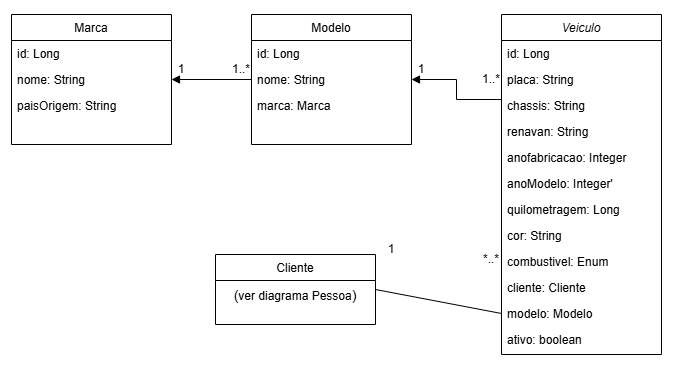
henriqueValgas/oficina-mecanica-api keeps this draw.io diagram as docs/diagramas/Diagrama de veiculo.drawio.png. Above is the earlier version. Source tidied: cells renumbered, new cells last; positions are measured from the earlier drawing's top-left corner, leaving out a move shared by most shapes. Source of this version:
```xml
<mxGraphModel>
  <root>
    <mxCell id="0" />
    <mxCell id="1" parent="0" />
    <mxCell id="2" style="edgeStyle=orthogonalEdgeStyle;rounded=0;jettySize=auto;html=1;exitX=0;exitY=0.25;exitDx=0;exitDy=0;entryX=1;entryY=0.5;entryDx=0;entryDy=0;endArrow=block;endFill=1;" parent="1" edge="1" source="3" target="19">
      <mxGeometry relative="1" as="geometry" />
    </mxCell>
    <mxCell id="3" value="Veiculo" style="swimlane;fontStyle=2;align=center;verticalAlign=top;horizontal=1;startSize=26;rounded=0;shadow=0;strokeWidth=1;" parent="1" vertex="1">
      <mxGeometry x="490" width="160" height="340" as="geometry" />
    </mxCell>
    <mxCell id="4" value="id: Long" style="text;align=left;verticalAlign=top;spacingLeft=4;spacingRight=4;overflow=hidden;" parent="3" vertex="1">
      <mxGeometry y="26" width="160" height="26" as="geometry" />
    </mxCell>
    <mxCell id="5" value="placa: String" style="text;align=left;verticalAlign=top;spacingLeft=4;spacingRight=4;overflow=hidden;rounded=0;shadow=0;html=0;" parent="3" vertex="1">
      <mxGeometry y="52" width="160" height="26" as="geometry" />
    </mxCell>
    <mxCell id="6" value="chassis: String" style="text;align=left;verticalAlign=top;spacingLeft=4;spacingRight=4;overflow=hidden;rounded=0;shadow=0;html=0;" parent="3" vertex="1">
      <mxGeometry y="78" width="160" height="26" as="geometry" />
    </mxCell>
    <mxCell id="7" value="renavan: String" style="text;align=left;verticalAlign=top;spacingLeft=4;spacingRight=4;overflow=hidden;" parent="3" vertex="1">
      <mxGeometry y="104" width="160" height="26" as="geometry" />
    </mxCell>
    <mxCell id="8" value="anofabricacao: Integer" style="text;align=left;verticalAlign=top;spacingLeft=4;spacingRight=4;overflow=hidden;rounded=0;shadow=0;html=0;" parent="3" vertex="1">
      <mxGeometry y="130" width="160" height="26" as="geometry" />
    </mxCell>
    <mxCell id="9" value="anoModelo: Integer'" style="text;align=left;verticalAlign=top;spacingLeft=4;spacingRight=4;overflow=hidden;rounded=0;shadow=0;html=0;" parent="3" vertex="1">
      <mxGeometry y="156" width="160" height="26" as="geometry" />
    </mxCell>
    <mxCell id="10" value="quilometragem: Long" style="text;align=left;verticalAlign=top;spacingLeft=4;spacingRight=4;overflow=hidden;rounded=0;shadow=0;html=0;" parent="3" vertex="1">
      <mxGeometry y="182" width="160" height="26" as="geometry" />
    </mxCell>
    <mxCell id="11" value="cor: String" style="text;align=left;verticalAlign=top;spacingLeft=4;spacingRight=4;overflow=hidden;rounded=0;shadow=0;html=0;" parent="3" vertex="1">
      <mxGeometry y="208" width="160" height="26" as="geometry" />
    </mxCell>
    <mxCell id="12" value="combustivel: Enum" style="text;align=left;verticalAlign=top;spacingLeft=4;spacingRight=4;overflow=hidden;rounded=0;shadow=0;html=0;" parent="3" vertex="1">
      <mxGeometry y="234" width="160" height="26" as="geometry" />
    </mxCell>
    <mxCell id="13" value="cliente: Cliente" style="text;align=left;verticalAlign=top;spacingLeft=4;spacingRight=4;overflow=hidden;points=[[0,0.5],[1,0.5]];portConstraint=eastwest;rounded=0;shadow=0;html=0;" parent="3" vertex="1">
      <mxGeometry y="260" width="160" height="26" as="geometry" />
    </mxCell>
    <mxCell id="14" value="modelo: Modelo" style="text;align=left;verticalAlign=top;spacingLeft=4;spacingRight=4;overflow=hidden;points=[[0,0.5],[1,0.5]];portConstraint=eastwest;rounded=0;shadow=0;html=0;" parent="3" vertex="1">
      <mxGeometry y="286" width="160" height="26" as="geometry" />
    </mxCell>
    <mxCell id="15" value="ativo: boolean" style="text;align=left;verticalAlign=top;spacingLeft=4;spacingRight=4;overflow=hidden;rounded=0;shadow=0;html=0;" parent="3" vertex="1">
      <mxGeometry y="312" width="160" height="26" as="geometry" />
    </mxCell>
    <mxCell id="16" style="edgeStyle=none;rounded=0;jettySize=auto;html=1;exitX=0;exitY=0.5;exitDx=0;exitDy=0;entryX=1;entryY=0.5;entryDx=0;entryDy=0;endArrow=block;endFill=1;" parent="1" edge="1" source="17" target="23">
      <mxGeometry relative="1" as="geometry" />
    </mxCell>
    <mxCell id="17" value="Modelo" style="swimlane;fontStyle=0;align=center;verticalAlign=top;horizontal=1;startSize=26;rounded=0;shadow=0;strokeWidth=1;" parent="1" vertex="1">
      <mxGeometry x="240" width="160" height="130" as="geometry" />
    </mxCell>
    <mxCell id="18" value="id: Long" style="text;align=left;verticalAlign=top;spacingLeft=4;spacingRight=4;overflow=hidden;rounded=0;shadow=0;html=0;" parent="17" vertex="1">
      <mxGeometry y="26" width="160" height="26" as="geometry" />
    </mxCell>
    <mxCell id="19" value="nome: String" style="text;align=left;verticalAlign=top;spacingLeft=4;spacingRight=4;overflow=hidden;points=[[0,0.5],[1,0.5]];portConstraint=eastwest;" parent="17" vertex="1">
      <mxGeometry y="52" width="160" height="26" as="geometry" />
    </mxCell>
    <mxCell id="20" value="marca: Marca" style="text;align=left;verticalAlign=top;spacingLeft=4;spacingRight=4;overflow=hidden;rounded=0;shadow=0;html=0;" parent="17" vertex="1">
      <mxGeometry y="78" width="160" height="26" as="geometry" />
    </mxCell>
    <mxCell id="21" value="Marca" style="swimlane;fontStyle=0;align=center;verticalAlign=top;horizontal=1;startSize=26;rounded=0;shadow=0;strokeWidth=1;" parent="1" vertex="1">
      <mxGeometry width="160" height="130" as="geometry" />
    </mxCell>
    <mxCell id="22" value="id: Long" style="text;align=left;verticalAlign=top;spacingLeft=4;spacingRight=4;overflow=hidden;" parent="21" vertex="1">
      <mxGeometry y="26" width="160" height="26" as="geometry" />
    </mxCell>
    <mxCell id="23" value="nome: String" style="text;align=left;verticalAlign=top;spacingLeft=4;spacingRight=4;overflow=hidden;points=[[0,0.5],[1,0.5]];portConstraint=eastwest;rounded=0;shadow=0;html=0;" parent="21" vertex="1">
      <mxGeometry y="52" width="160" height="26" as="geometry" />
    </mxCell>
    <mxCell id="24" value="paisOrigem: String" style="text;align=left;verticalAlign=top;spacingLeft=4;spacingRight=4;overflow=hidden;rounded=0;shadow=0;html=0;" parent="21" vertex="1">
      <mxGeometry y="78" width="160" height="26" as="geometry" />
    </mxCell>
    <mxCell id="25" value="1" style="text;html=1;whiteSpace=wrap;strokeColor=none;fillColor=none;align=center;verticalAlign=middle;rounded=0;" parent="1" vertex="1">
      <mxGeometry x="140" y="40" width="60" height="30" as="geometry" />
    </mxCell>
    <mxCell id="26" value="1..*" style="text;html=1;whiteSpace=wrap;strokeColor=none;fillColor=none;align=center;verticalAlign=middle;rounded=0;" parent="1" vertex="1">
      <mxGeometry x="200" y="40" width="60" height="30" as="geometry" />
    </mxCell>
    <mxCell id="27" value="1" style="text;html=1;whiteSpace=wrap;strokeColor=none;fillColor=none;align=center;verticalAlign=middle;rounded=0;" parent="1" vertex="1">
      <mxGeometry x="380" y="40" width="60" height="30" as="geometry" />
    </mxCell>
    <mxCell id="28" value="1..*" style="text;html=1;whiteSpace=wrap;strokeColor=none;fillColor=none;align=center;verticalAlign=middle;rounded=0;" parent="1" vertex="1">
      <mxGeometry x="450" y="50" width="60" height="30" as="geometry" />
    </mxCell>
    <mxCell id="29" style="edgeStyle=none;rounded=0;jettySize=auto;html=1;exitX=1;exitY=0.5;exitDx=0;exitDy=0;entryX=0;entryY=0.5;entryDx=0;entryDy=0;endArrow=none;endFill=0;" parent="1" edge="1" source="30" target="14">
      <mxGeometry relative="1" as="geometry" />
    </mxCell>
    <mxCell id="30" value="Cliente" style="swimlane;fontStyle=0;align=center;verticalAlign=top;horizontal=1;startSize=26;rounded=0;shadow=0;strokeWidth=1;" parent="1" vertex="1">
      <mxGeometry x="204" y="240" width="160" height="70" as="geometry" />
    </mxCell>
    <mxCell id="31" value="&lt;font style=&quot;font-size: 14px;&quot;&gt;(&lt;/font&gt;&lt;font style=&quot;font-size: 12px;&quot;&gt;ver diagrama Pessoa&lt;/font&gt;&lt;font style=&quot;font-size: 14px;&quot;&gt;)&lt;/font&gt;&lt;div&gt;&lt;br&gt;&lt;/div&gt;" style="text;html=1;whiteSpace=wrap;strokeColor=none;fillColor=none;align=center;verticalAlign=middle;rounded=0;" parent="30" vertex="1">
      <mxGeometry y="26" width="160" height="44" as="geometry" />
    </mxCell>
    <mxCell id="32" value="1" style="text;html=1;whiteSpace=wrap;strokeColor=none;fillColor=none;align=center;verticalAlign=middle;rounded=0;" parent="1" vertex="1">
      <mxGeometry x="350" y="220" width="60" height="30" as="geometry" />
    </mxCell>
    <mxCell id="33" value="*..*" style="text;html=1;whiteSpace=wrap;strokeColor=none;fillColor=none;align=center;verticalAlign=middle;rounded=0;" parent="1" vertex="1">
      <mxGeometry x="450" y="230" width="60" height="30" as="geometry" />
    </mxCell>
  </root>
</mxGraphModel>
```
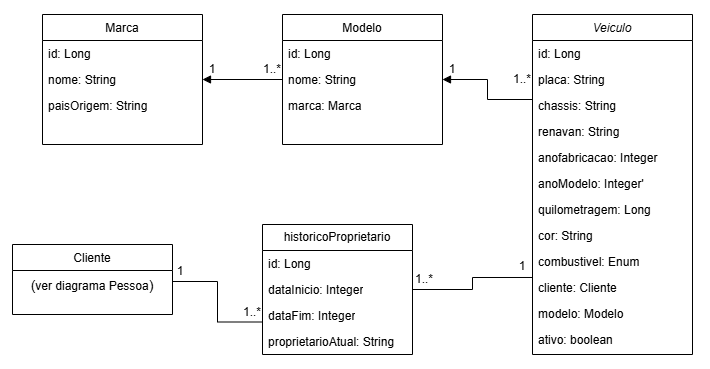
The same file after the commit.

Change to the diagram source:
```diff
@@ -83,20 +83,44 @@
     <mxCell id="28" value="1..*" style="text;html=1;whiteSpace=wrap;strokeColor=none;fillColor=none;align=center;verticalAlign=middle;rounded=0;" parent="1" vertex="1">
       <mxGeometry x="450" y="50" width="60" height="30" as="geometry" />
     </mxCell>
-    <mxCell id="29" style="edgeStyle=none;rounded=0;jettySize=auto;html=1;exitX=1;exitY=0.5;exitDx=0;exitDy=0;entryX=0;entryY=0.5;entryDx=0;entryDy=0;endArrow=none;endFill=0;" parent="1" edge="1" source="30" target="14">
-      <mxGeometry relative="1" as="geometry" />
-    </mxCell>
     <mxCell id="30" value="Cliente" style="swimlane;fontStyle=0;align=center;verticalAlign=top;horizontal=1;startSize=26;rounded=0;shadow=0;strokeWidth=1;" parent="1" vertex="1">
-      <mxGeometry x="204" y="240" width="160" height="70" as="geometry" />
+      <mxGeometry x="-30" y="230" width="160" height="70" as="geometry" />
     </mxCell>
     <mxCell id="31" value="&lt;font style=&quot;font-size: 14px;&quot;&gt;(&lt;/font&gt;&lt;font style=&quot;font-size: 12px;&quot;&gt;ver diagrama Pessoa&lt;/font&gt;&lt;font style=&quot;font-size: 14px;&quot;&gt;)&lt;/font&gt;&lt;div&gt;&lt;br&gt;&lt;/div&gt;" style="text;html=1;whiteSpace=wrap;strokeColor=none;fillColor=none;align=center;verticalAlign=middle;rounded=0;" parent="30" vertex="1">
       <mxGeometry y="26" width="160" height="44" as="geometry" />
     </mxCell>
     <mxCell id="32" value="1" style="text;html=1;whiteSpace=wrap;strokeColor=none;fillColor=none;align=center;verticalAlign=middle;rounded=0;" parent="1" vertex="1">
-      <mxGeometry x="350" y="220" width="60" height="30" as="geometry" />
+      <mxGeometry x="450" y="237" width="60" height="30" as="geometry" />
     </mxCell>
-    <mxCell id="33" value="*..*" style="text;html=1;whiteSpace=wrap;strokeColor=none;fillColor=none;align=center;verticalAlign=middle;rounded=0;" parent="1" vertex="1">
-      <mxGeometry x="450" y="230" width="60" height="30" as="geometry" />
+    <mxCell id="33" value="1..*" style="text;html=1;whiteSpace=wrap;strokeColor=none;fillColor=none;align=center;verticalAlign=middle;rounded=0;" parent="1" vertex="1">
+      <mxGeometry x="352" y="250" width="60" height="30" as="geometry" />
     </mxCell>
+    <mxCell id="34" value="historicoProprietario" style="swimlane;fontStyle=0;horizontal=1;startSize=26;fillColor=none;whiteSpace=wrap;html=1;" parent="1" vertex="1">
+      <mxGeometry x="220" y="210" width="150" height="130" as="geometry" />
+    </mxCell>
+    <mxCell id="35" value="id: Long" style="text;strokeColor=none;fillColor=none;align=left;verticalAlign=top;spacingLeft=4;spacingRight=4;overflow=hidden;whiteSpace=wrap;html=1;" parent="34" vertex="1">
+      <mxGeometry y="26" width="150" height="26" as="geometry" />
+    </mxCell>
+    <mxCell id="36" value="dataInicio: Integer" style="text;strokeColor=none;fillColor=none;align=left;verticalAlign=top;spacingLeft=4;spacingRight=4;overflow=hidden;whiteSpace=wrap;html=1;" parent="34" vertex="1">
+      <mxGeometry y="52" width="150" height="26" as="geometry" />
+    </mxCell>
+    <mxCell id="37" value="dataFim: Integer" style="text;strokeColor=none;fillColor=none;align=left;verticalAlign=top;spacingLeft=4;spacingRight=4;overflow=hidden;whiteSpace=wrap;html=1;" parent="34" vertex="1">
+      <mxGeometry y="78" width="150" height="26" as="geometry" />
+    </mxCell>
+    <mxCell id="38" value="proprietarioAtual: String" style="text;strokeColor=none;fillColor=none;align=left;verticalAlign=top;spacingLeft=4;spacingRight=4;overflow=hidden;whiteSpace=wrap;html=1;" parent="34" vertex="1">
+      <mxGeometry y="104" width="150" height="26" as="geometry" />
+    </mxCell>
+    <mxCell id="39" value="1..*" style="text;html=1;whiteSpace=wrap;strokeColor=none;fillColor=none;align=center;verticalAlign=middle;rounded=0;" parent="1" vertex="1">
+      <mxGeometry x="180" y="283" width="60" height="30" as="geometry" />
+    </mxCell>
+    <mxCell id="40" value="1" style="text;html=1;whiteSpace=wrap;strokeColor=none;fillColor=none;align=center;verticalAlign=middle;rounded=0;" parent="1" vertex="1">
+      <mxGeometry x="123" y="242" width="30" height="30" as="geometry" />
+    </mxCell>
+    <mxCell id="41" style="edgeStyle=orthogonalEdgeStyle;rounded=0;jettySize=auto;html=1;exitX=1;exitY=0.25;exitDx=0;exitDy=0;entryX=0;entryY=0.75;entryDx=0;entryDy=0;endArrow=none;endFill=0;" parent="1" edge="1" source="31" target="34">
+      <mxGeometry relative="1" as="geometry" />
+    </mxCell>
+    <mxCell id="42" style="edgeStyle=orthogonalEdgeStyle;rounded=0;jettySize=auto;html=1;exitX=1;exitY=0.5;exitDx=0;exitDy=0;entryX=0;entryY=0.115;entryDx=0;entryDy=0;entryPerimeter=0;endArrow=none;endFill=0;" parent="1" edge="1" source="34" target="13">
+      <mxGeometry relative="1" as="geometry" />
+    </mxCell>
   </root>
 </mxGraphModel>
```
